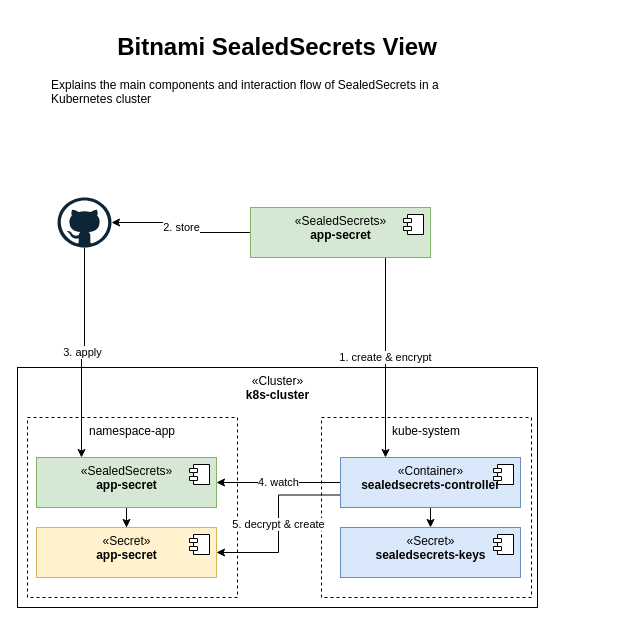
Above: page "SealedSecret" (2 of 8) of static/kubernetes-secrets-101.drawio in ocp-universe/kubernetes-secrets-101 (draw.io), before the change. Source tidied: cells renumbered, new cells numbered last; positions are measured from the earlier drawing's top-left corner, leaving out a move shared by most shapes. Both pictures are drawn from the tidied source at 100%, with x=0, y=0 at pixel (17, 27).
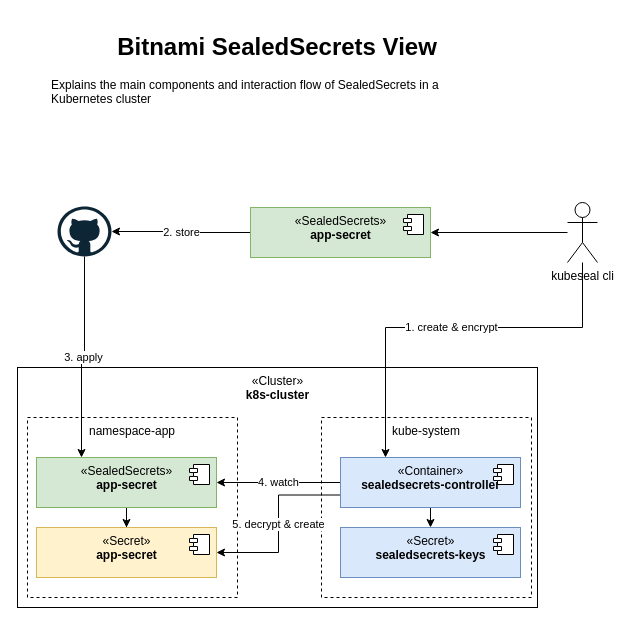
The same page after the edit.

Unchanged cells that the change refers to:
```xml
<mxCell id="14" value="«Container»&lt;br&gt;&lt;b&gt;sealedsecrets-controller&lt;/b&gt;" style="html=1;align=center;verticalAlign=top;fillColor=#dae8fc;strokeColor=#6c8ebf;" parent="1" vertex="1">
  <mxGeometry x="323" y="430" width="180" height="50" as="geometry" />
</mxCell>
<mxCell id="22" value="«SealedSecrets»&lt;br&gt;&lt;b&gt;app-secret&lt;/b&gt;" style="html=1;align=center;verticalAlign=top;fillColor=#d5e8d4;strokeColor=#82b366;" parent="1" vertex="1">
  <mxGeometry x="233" y="180" width="180" height="50" as="geometry" />
</mxCell>
```

The edit, as a diff of the source:
```diff
@@
     <mxCell id="19" style="dashed=0;outlineConnect=0;html=1;align=center;labelPosition=center;verticalLabelPosition=bottom;verticalAlign=top;shape=mxgraph.weblogos.github;" parent="1" vertex="1">
-      <mxGeometry x="40" y="170" width="54" height="50" as="geometry" />
+      <mxGeometry x="40" y="179" width="54" height="50" as="geometry" />
     </mxCell>
-    <mxCell id="20" value="1. create &amp;amp; encrypt" style="edgeStyle=orthogonalEdgeStyle;rounded=0;html=1;entryX=0.25;entryY=0;entryDx=0;entryDy=0;startArrow=none;startFill=0;endArrow=classic;endFill=1;exitX=0.75;exitY=1;exitDx=0;exitDy=0;" parent="1" edge="1" source="22" target="14">
-      <mxGeometry relative="1" as="geometry" />
+    <mxCell id="20" value="1. create &amp;amp; encrypt" style="edgeStyle=orthogonalEdgeStyle;rounded=0;html=1;entryX=0.25;entryY=0;entryDx=0;entryDy=0;startArrow=none;startFill=0;endArrow=classic;endFill=1;" parent="1" edge="1" source="25" target="14">
+      <mxGeometry relative="1" as="geometry">
+        <Array as="points">
+          <mxPoint x="565" y="300" />
+          <mxPoint x="368" y="300" />
+        </Array>
+      </mxGeometry>
     </mxCell>
@@
+    <mxCell id="24" style="edgeStyle=orthogonalEdgeStyle;html=1;entryX=1;entryY=0.5;entryDx=0;entryDy=0;rounded=0;" parent="1" edge="1" source="25" target="22">
+      <mxGeometry relative="1" as="geometry" />
+    </mxCell>
+    <mxCell id="25" value="kubeseal cli" style="shape=umlActor;verticalLabelPosition=bottom;verticalAlign=top;html=1;outlineConnect=0;" parent="1" vertex="1">
+      <mxGeometry x="550" y="175" width="30" height="60" as="geometry" />
+    </mxCell>
```
